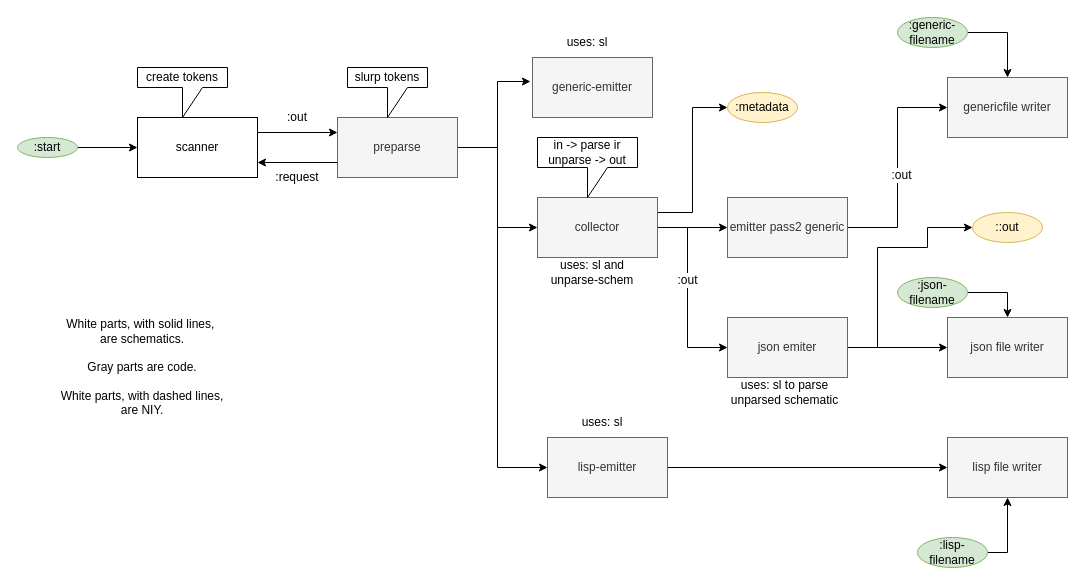
The draw.io diagram page "back end parser internals" (3 of 3) of svg/back-end/back-end.drawio in bmfbp/bmfbp, before the edit. Source tidied: cells renumbered, new cells numbered last; positions are measured from the earlier drawing's top-left corner, leaving out a move shared by most shapes. Both pictures are drawn from the tidied source at 100%, with x=0, y=0 at pixel (17, 17).
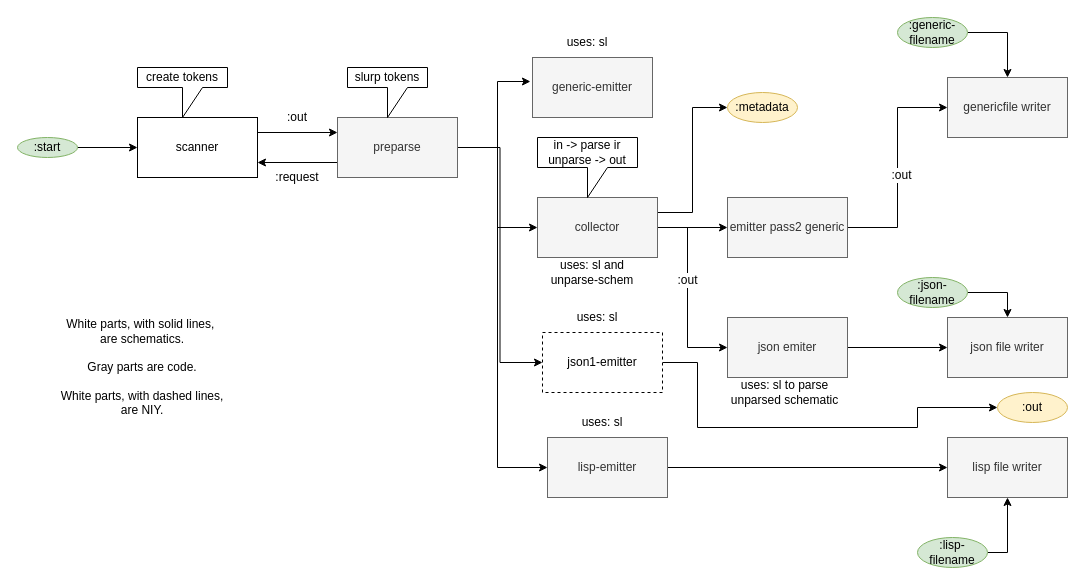
Above is the later version.

Commit message (it also covers changes not shown here):
wip: beginning to wire in json1 emitter

Unchanged cells that the change refers to:
```xml
<mxCell id="8" value="preparse" style="rounded=0;whiteSpace=wrap;html=1;fillColor=#f5f5f5;strokeColor=#666666;fontColor=#333333;" parent="1" vertex="1">
  <mxGeometry x="320" y="100" width="120" height="60" as="geometry" />
</mxCell>
<mxCell id="34" value="json emiter" style="rounded=0;whiteSpace=wrap;html=1;fillColor=#f5f5f5;strokeColor=#666666;fontColor=#333333;" parent="1" vertex="1">
  <mxGeometry x="710" y="300" width="120" height="60" as="geometry" />
</mxCell>
```

The edit, as a diff of the source:
```diff
@@
+    <mxCell id="46" style="edgeStyle=orthogonalEdgeStyle;rounded=0;jettySize=auto;html=1;exitX=1;exitY=0.5;exitDx=0;exitDy=0;entryX=0;entryY=0.5;entryDx=0;entryDy=0;" parent="1" edge="1" source="8" target="48">
+      <mxGeometry relative="1" as="geometry" />
+    </mxCell>
@@
-    <mxCell id="33" style="edgeStyle=orthogonalEdgeStyle;rounded=0;jettySize=auto;html=1;exitX=1;exitY=0.5;exitDx=0;exitDy=0;entryX=0;entryY=0.5;entryDx=0;entryDy=0;" parent="1" edge="1" source="34" target="45">
-      <mxGeometry relative="1" as="geometry">
-        <Array as="points">
-          <mxPoint x="860" y="330" />
-          <mxPoint x="860" y="230" />
-          <mxPoint x="910" y="230" />
-          <mxPoint x="910" y="210" />
-        </Array>
-      </mxGeometry>
-    </mxCell>
@@
-    <mxCell id="45" value="::out" style="ellipse;whiteSpace=wrap;html=1;fillColor=#fff2cc;strokeColor=#d6b656;" parent="1" vertex="1">
-      <mxGeometry x="955" y="195" width="70" height="30" as="geometry" />
+    <mxCell id="45" value=":out" style="ellipse;whiteSpace=wrap;html=1;fillColor=#fff2cc;strokeColor=#d6b656;" parent="1" vertex="1">
+      <mxGeometry x="980" y="375" width="70" height="30" as="geometry" />
     </mxCell>
+    <mxCell id="47" style="edgeStyle=orthogonalEdgeStyle;rounded=0;jettySize=auto;html=1;exitX=1;exitY=0.5;exitDx=0;exitDy=0;entryX=0;entryY=0.5;entryDx=0;entryDy=0;" parent="1" edge="1" source="48" target="45">
+      <mxGeometry relative="1" as="geometry">
+        <Array as="points">
+          <mxPoint x="680" y="345" />
+          <mxPoint x="680" y="410" />
+          <mxPoint x="900" y="410" />
+          <mxPoint x="900" y="390" />
+        </Array>
+      </mxGeometry>
+    </mxCell>
+    <mxCell id="48" value="json1-emitter" style="rounded=0;whiteSpace=wrap;html=1;dashed=1;" parent="1" vertex="1">
+      <mxGeometry x="525" y="315" width="120" height="60" as="geometry" />
+    </mxCell>
+    <mxCell id="49" value="uses: sl" style="text;html=1;strokeColor=none;fillColor=none;align=center;verticalAlign=middle;whiteSpace=wrap;rounded=0;" parent="1" vertex="1">
+      <mxGeometry x="525" y="285" width="110" height="30" as="geometry" />
+    </mxCell>
```
